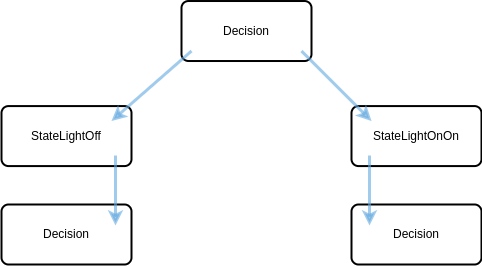
guimaraaes/cutes keeps this draw.io diagram as examples-platformIO/ultrasonic-light/assets/path-statechart.png. Above is the earlier version. Source tidied: cells renumbered, new cells last; positions are measured from the earlier drawing's top-left corner, leaving out a move shared by most shapes. Its diagram source:
```xml
<mxGraphModel>
  <root>
    <mxCell id="0" />
    <mxCell id="1" parent="0" />
    <mxCell id="2" value="Decision" style="rounded=1;whiteSpace=wrap;html=1;absoluteArcSize=1;arcSize=14;strokeWidth=2;" parent="1" vertex="1">
      <mxGeometry x="180" y="-0.5" width="130" height="60" as="geometry" />
    </mxCell>
    <mxCell id="3" value="StateLightOff" style="rounded=1;whiteSpace=wrap;html=1;absoluteArcSize=1;arcSize=14;strokeWidth=2;" parent="1" vertex="1">
      <mxGeometry y="104.6" width="130" height="60" as="geometry" />
    </mxCell>
    <mxCell id="4" value="StateLightOnOn" style="rounded=1;whiteSpace=wrap;html=1;absoluteArcSize=1;arcSize=14;strokeWidth=2;" parent="1" vertex="1">
      <mxGeometry x="350" y="104.6" width="130" height="60" as="geometry" />
    </mxCell>
    <mxCell id="5" style="endArrow=classic;html=1;rounded=0;fillColor=#dae8fc;strokeColor=#63a8df;strokeWidth=3;opacity=60;entryX=0.154;entryY=0.249;entryDx=0;entryDy=0;entryPerimeter=0;" parent="1" edge="1" target="4">
      <mxGeometry relative="1" as="geometry">
        <mxPoint x="300" y="49.5" as="sourcePoint" />
      </mxGeometry>
    </mxCell>
    <mxCell id="6" style="endArrow=classic;html=1;rounded=0;fillColor=#dae8fc;strokeColor=#63a8df;strokeWidth=3;opacity=60;entryX=0.846;entryY=0.249;entryDx=0;entryDy=0;entryPerimeter=0;" parent="1" edge="1" target="3">
      <mxGeometry relative="1" as="geometry">
        <mxPoint x="190" y="49.5" as="sourcePoint" />
      </mxGeometry>
    </mxCell>
    <mxCell id="7" value="Decision" style="rounded=1;whiteSpace=wrap;html=1;absoluteArcSize=1;arcSize=14;strokeWidth=2;" parent="1" vertex="1">
      <mxGeometry y="203" width="130" height="60" as="geometry" />
    </mxCell>
    <mxCell id="8" value="Decision" style="rounded=1;whiteSpace=wrap;html=1;absoluteArcSize=1;arcSize=14;strokeWidth=2;" parent="1" vertex="1">
      <mxGeometry x="350" y="203" width="130" height="60" as="geometry" />
    </mxCell>
    <mxCell id="9" style="endArrow=classic;html=1;rounded=0;fillColor=#dae8fc;strokeColor=#63a8df;strokeWidth=3;opacity=60;" parent="1" edge="1">
      <mxGeometry relative="1" as="geometry">
        <mxPoint x="114" y="154" as="sourcePoint" />
        <mxPoint x="114" y="224" as="targetPoint" />
      </mxGeometry>
    </mxCell>
    <mxCell id="10" style="endArrow=classic;html=1;rounded=0;fillColor=#dae8fc;strokeColor=#63a8df;strokeWidth=3;opacity=60;" parent="1" edge="1">
      <mxGeometry relative="1" as="geometry">
        <mxPoint x="368" y="154" as="sourcePoint" />
        <mxPoint x="368" y="224" as="targetPoint" />
      </mxGeometry>
    </mxCell>
  </root>
</mxGraphModel>
```
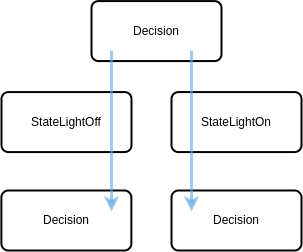
Above is the later version.

Change to the diagram source:
```diff
@@ -3,41 +3,30 @@
     <mxCell id="0" />
     <mxCell id="1" parent="0" />
     <mxCell id="2" value="Decision" style="rounded=1;whiteSpace=wrap;html=1;absoluteArcSize=1;arcSize=14;strokeWidth=2;" parent="1" vertex="1">
-      <mxGeometry x="180" y="-0.5" width="130" height="60" as="geometry" />
+      <mxGeometry x="-380.1" y="203" width="130" height="60" as="geometry" />
     </mxCell>
-    <mxCell id="3" value="StateLightOff" style="rounded=1;whiteSpace=wrap;html=1;absoluteArcSize=1;arcSize=14;strokeWidth=2;" parent="1" vertex="1">
-      <mxGeometry y="104.6" width="130" height="60" as="geometry" />
+    <mxCell id="3" value="Decision" style="rounded=1;whiteSpace=wrap;html=1;absoluteArcSize=1;arcSize=14;strokeWidth=2;" parent="1" vertex="1">
+      <mxGeometry x="-210" y="203" width="130" height="60" as="geometry" />
     </mxCell>
-    <mxCell id="4" value="StateLightOnOn" style="rounded=1;whiteSpace=wrap;html=1;absoluteArcSize=1;arcSize=14;strokeWidth=2;" parent="1" vertex="1">
-      <mxGeometry x="350" y="104.6" width="130" height="60" as="geometry" />
+    <mxCell id="4" value="Decision" style="rounded=1;whiteSpace=wrap;html=1;absoluteArcSize=1;arcSize=14;strokeWidth=2;" parent="1" vertex="1">
+      <mxGeometry x="-290" y="13.6" width="130" height="60" as="geometry" />
     </mxCell>
-    <mxCell id="5" style="endArrow=classic;html=1;rounded=0;fillColor=#dae8fc;strokeColor=#63a8df;strokeWidth=3;opacity=60;entryX=0.154;entryY=0.249;entryDx=0;entryDy=0;entryPerimeter=0;" parent="1" edge="1" target="4">
-      <mxGeometry relative="1" as="geometry">
-        <mxPoint x="300" y="49.5" as="sourcePoint" />
-      </mxGeometry>
+    <mxCell id="5" value="StateLightOff" style="rounded=1;whiteSpace=wrap;html=1;absoluteArcSize=1;arcSize=14;strokeWidth=2;" parent="1" vertex="1">
+      <mxGeometry x="-380" y="104.6" width="130" height="60" as="geometry" />
     </mxCell>
-    <mxCell id="6" style="endArrow=classic;html=1;rounded=0;fillColor=#dae8fc;strokeColor=#63a8df;strokeWidth=3;opacity=60;entryX=0.846;entryY=0.249;entryDx=0;entryDy=0;entryPerimeter=0;" parent="1" edge="1" target="3">
-      <mxGeometry relative="1" as="geometry">
-        <mxPoint x="190" y="49.5" as="sourcePoint" />
-      </mxGeometry>
+    <mxCell id="6" value="StateLightOn" style="rounded=1;whiteSpace=wrap;html=1;absoluteArcSize=1;arcSize=14;strokeWidth=2;" parent="1" vertex="1">
+      <mxGeometry x="-210" y="104.6" width="130" height="60" as="geometry" />
     </mxCell>
-    <mxCell id="7" value="Decision" style="rounded=1;whiteSpace=wrap;html=1;absoluteArcSize=1;arcSize=14;strokeWidth=2;" parent="1" vertex="1">
-      <mxGeometry y="203" width="130" height="60" as="geometry" />
+    <mxCell id="7" style="endArrow=classic;html=1;rounded=0;fillColor=#dae8fc;strokeColor=#63a8df;strokeWidth=3;opacity=60;" parent="1" edge="1">
+      <mxGeometry relative="1" as="geometry">
+        <mxPoint x="-270" y="63" as="sourcePoint" />
+        <mxPoint x="-270" y="224" as="targetPoint" />
+      </mxGeometry>
     </mxCell>
-    <mxCell id="8" value="Decision" style="rounded=1;whiteSpace=wrap;html=1;absoluteArcSize=1;arcSize=14;strokeWidth=2;" parent="1" vertex="1">
-      <mxGeometry x="350" y="203" width="130" height="60" as="geometry" />
+    <mxCell id="8" style="endArrow=classic;html=1;rounded=0;fillColor=#dae8fc;strokeColor=#63a8df;strokeWidth=3;opacity=60;entryX=0.154;entryY=0.35;entryDx=0;entryDy=0;entryPerimeter=0;" parent="1" edge="1" target="3">
+      <mxGeometry relative="1" as="geometry">
+        <mxPoint x="-190" y="63" as="sourcePoint" />
+      </mxGeometry>
     </mxCell>
-    <mxCell id="9" style="endArrow=classic;html=1;rounded=0;fillColor=#dae8fc;strokeColor=#63a8df;strokeWidth=3;opacity=60;" parent="1" edge="1">
-      <mxGeometry relative="1" as="geometry">
-        <mxPoint x="114" y="154" as="sourcePoint" />
-        <mxPoint x="114" y="224" as="targetPoint" />
-      </mxGeometry>
-    </mxCell>
-    <mxCell id="10" style="endArrow=classic;html=1;rounded=0;fillColor=#dae8fc;strokeColor=#63a8df;strokeWidth=3;opacity=60;" parent="1" edge="1">
-      <mxGeometry relative="1" as="geometry">
-        <mxPoint x="368" y="154" as="sourcePoint" />
-        <mxPoint x="368" y="224" as="targetPoint" />
-      </mxGeometry>
-    </mxCell>
   </root>
 </mxGraphModel>
```
